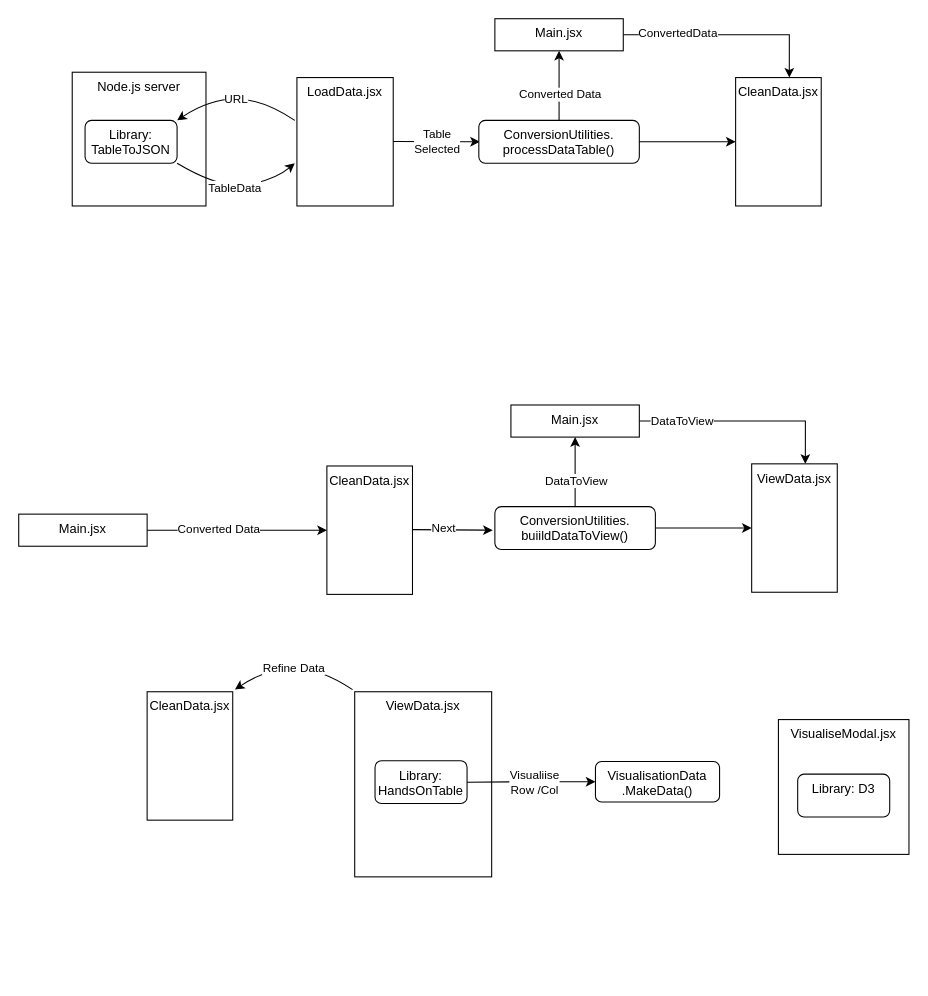
Before: page "LoadData" (2 of 2) of Untitled Diagram.drawio in AndyStobirski/Draw.IO, a draw.io diagram. Source tidied: cells renumbered, new cells numbered last; positions are measured from the earlier drawing's top-left corner, leaving out a move shared by most shapes. Both pictures are drawn from the tidied source at 107%, with x=0, y=0 at pixel (18, 18).
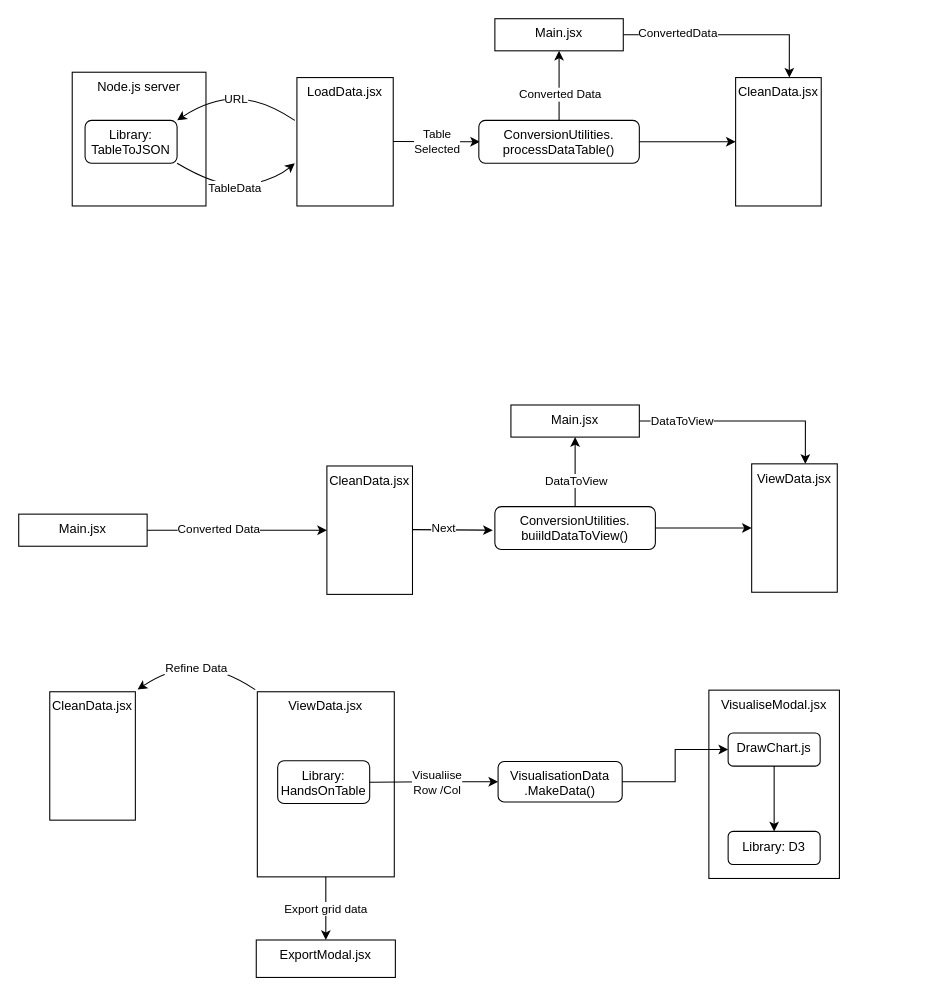
The same diagram, later.

The edit, as a diff of the source:
```diff
@@
     <mxCell id="30" value="ViewData.jsx" style="rounded=0;whiteSpace=wrap;html=1;verticalAlign=top;" parent="1" vertex="1">
-      <mxGeometry x="314" y="629" width="128" height="173" as="geometry" />
+      <mxGeometry x="223" y="629" width="128" height="173" as="geometry" />
     </mxCell>
     <mxCell id="31" value="Library: HandsOnTable" style="rounded=1;whiteSpace=wrap;html=1;verticalAlign=top;" parent="1" vertex="1">
-      <mxGeometry x="333" y="693.5" width="86" height="40" as="geometry" />
+      <mxGeometry x="242" y="693.5" width="86" height="40" as="geometry" />
     </mxCell>
     <mxCell id="32" value="CleanData.jsx" style="rounded=0;whiteSpace=wrap;html=1;verticalAlign=top;" parent="1" vertex="1">
-      <mxGeometry x="120" y="629" width="80" height="120" as="geometry" />
+      <mxGeometry x="29" y="629" width="80" height="120" as="geometry" />
     </mxCell>
     <mxCell id="33" value="Refine Data" style="curved=1;endArrow=classic;html=1;" parent="1" edge="1">
       <mxGeometry relative="1" as="geometry">
-        <mxPoint x="312" y="627" as="sourcePoint" />
-        <mxPoint x="202" y="627" as="targetPoint" />
+        <mxPoint x="221" y="627" as="sourcePoint" />
+        <mxPoint x="111" y="627" as="targetPoint" />
         <Array as="points">
-          <mxPoint x="282" y="607" />
-          <mxPoint x="232" y="607" />
+          <mxPoint x="191" y="607" />
+          <mxPoint x="141" y="607" />
         </Array>
       </mxGeometry>
     </mxCell>
@@
+    <mxCell id="37" value="VisualiseModal.jsx" style="rounded=0;whiteSpace=wrap;html=1;verticalAlign=top;" parent="1" vertex="1">
+      <mxGeometry x="645" y="627.5" width="122" height="176" as="geometry" />
+    </mxCell>
     <mxCell id="36" value="VisualisationData&lt;br&gt;.MakeData()" style="rounded=1;whiteSpace=wrap;html=1;verticalAlign=top;" parent="1" vertex="1">
-      <mxGeometry x="539" y="694.2" width="116" height="37.8" as="geometry" />
+      <mxGeometry x="448" y="694.2" width="116" height="37.8" as="geometry" />
     </mxCell>
-    <mxCell id="37" value="VisualiseModal.jsx" style="rounded=0;whiteSpace=wrap;html=1;verticalAlign=top;" parent="1" vertex="1">
-      <mxGeometry x="710" y="655" width="122" height="126" as="geometry" />
-    </mxCell>
+    <mxCell id="39" style="edgeStyle=orthogonalEdgeStyle;rounded=0;jettySize=auto;html=1;fontSize=11;startArrow=classic;startFill=1;endArrow=none;endFill=0;strokeColor=default;align=right;" parent="1" edge="1" source="38" target="43">
+      <mxGeometry relative="1" as="geometry" />
+    </mxCell>
     <mxCell id="38" value="Library: D3" style="rounded=1;whiteSpace=wrap;html=1;verticalAlign=top;" parent="1" vertex="1">
-      <mxGeometry x="728" y="706" width="86" height="40" as="geometry" />
+      <mxGeometry x="663" y="759.5" width="86" height="31" as="geometry" />
     </mxCell>
+    <mxCell id="40" value="ExportModal.jsx" style="rounded=0;whiteSpace=wrap;html=1;verticalAlign=top;" parent="1" vertex="1">
+      <mxGeometry x="222" y="861" width="130" height="35" as="geometry" />
+    </mxCell>
+    <mxCell id="41" value="Export grid data" style="endArrow=classic;html=1;fontSize=11;strokeColor=default;align=center;exitX=0.5;exitY=1;exitDx=0;exitDy=0;" parent="1" edge="1" source="30" target="40">
+      <mxGeometry relative="1" as="geometry" />
+    </mxCell>
+    <mxCell id="42" style="edgeStyle=orthogonalEdgeStyle;rounded=0;jettySize=auto;html=1;exitX=0;exitY=0.5;exitDx=0;exitDy=0;entryX=1;entryY=0.5;entryDx=0;entryDy=0;fontSize=11;startArrow=classic;startFill=1;endArrow=none;endFill=0;strokeColor=default;align=right;" parent="1" edge="1" source="43" target="36">
+      <mxGeometry relative="1" as="geometry" />
+    </mxCell>
+    <mxCell id="43" value="DrawChart.js" style="rounded=1;whiteSpace=wrap;html=1;verticalAlign=top;" parent="1" vertex="1">
+      <mxGeometry x="663" y="667.5" width="86" height="31" as="geometry" />
+    </mxCell>
```
